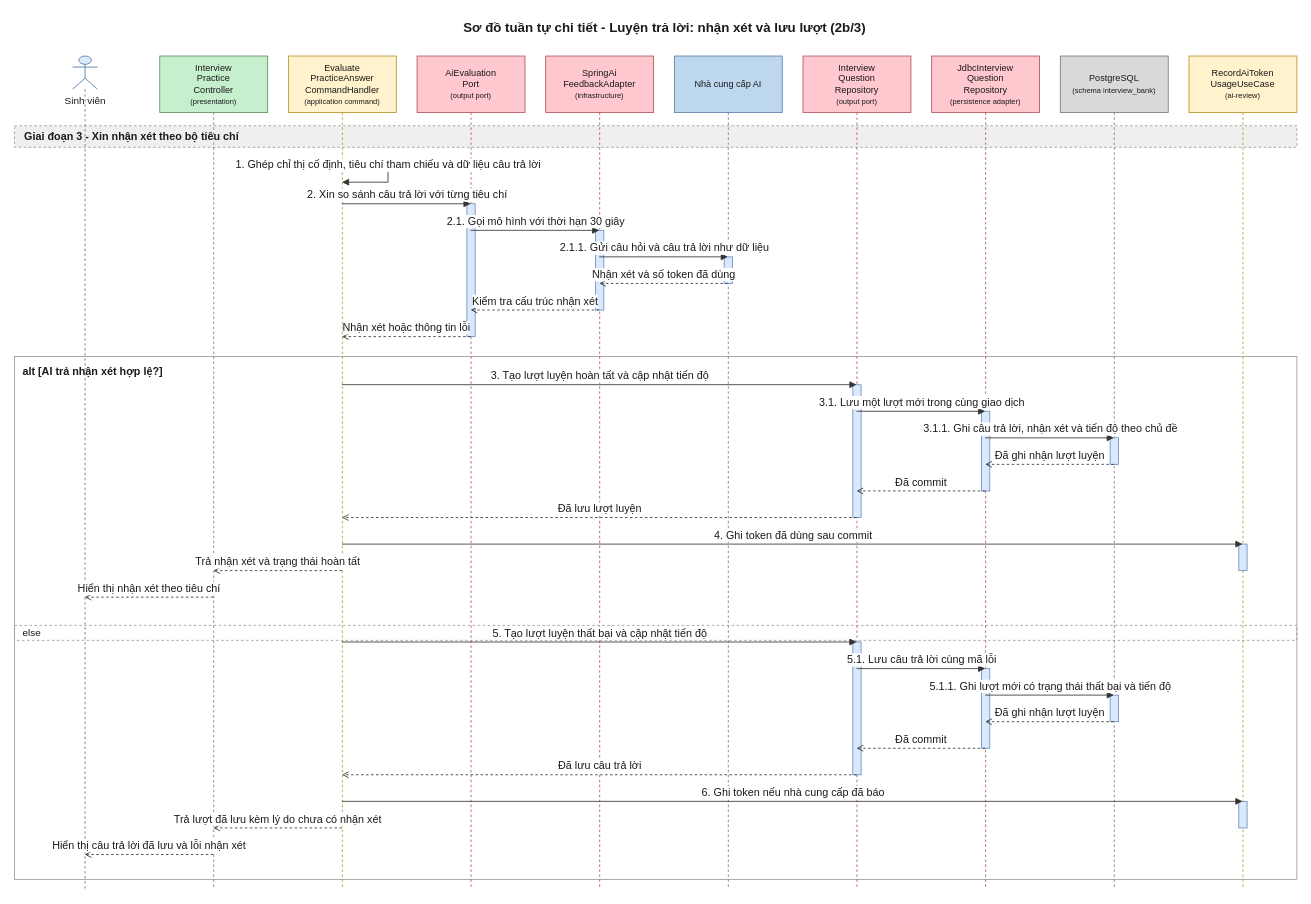
daiphu1801/PRJ_ALGOPREP keeps this draw.io diagram as 08-diagram/sequence/user/sequence_user_on_tap_luyen_tap_ai_p2b.drawio. Above is the earlier version. Source tidied: cells renumbered, new cells numbered last; positions are measured from the earlier drawing's top-left corner, leaving out a move shared by most shapes. Both pictures are drawn from the tidied source at 83%, with x=0, y=0 at pixel (14, 14).
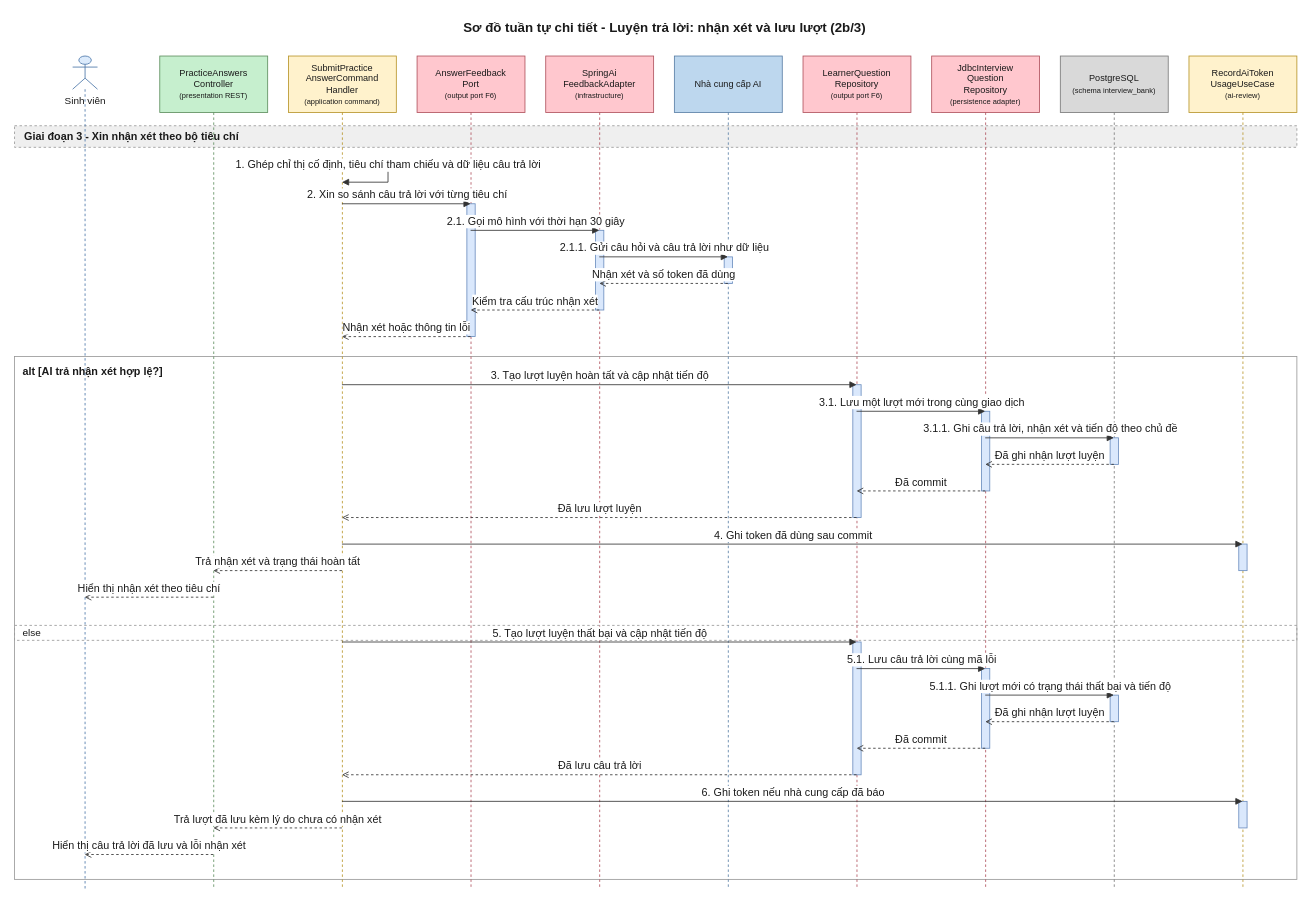
Above is the later version.

What changed in the source:
```diff
@@
-    <mxCell id="7" value="Interview&lt;br&gt;Practice&lt;br&gt;Controller&lt;br&gt;&lt;font style=&quot;font-size:9px&quot;&gt;(presentation)&lt;/font&gt;" style="shape=umlLifeline;perimeter=lifelinePerimeter;whiteSpace=wrap;html=1;outlineConnect=0;size=68;fontSize=11;fillColor=#C6EFCE;strokeColor=#5E8E5E;fontColor=#1A1A1A;" parent="1" vertex="1">
+    <mxCell id="7" value="PracticeAnswers&lt;br&gt;Controller&lt;br&gt;&lt;font style=&quot;font-size:9px&quot;&gt;(presentation REST)&lt;/font&gt;" style="shape=umlLifeline;perimeter=lifelinePerimeter;whiteSpace=wrap;html=1;outlineConnect=0;size=68;fontSize=11;fillColor=#C6EFCE;strokeColor=#5E8E5E;fontColor=#1A1A1A;" parent="1" vertex="1">
       <mxGeometry x="175" y="50" width="130" height="1004" as="geometry" />
     </mxCell>
-    <mxCell id="8" value="Evaluate&lt;br&gt;PracticeAnswer&lt;br&gt;CommandHandler&lt;br&gt;&lt;font style=&quot;font-size:9px&quot;&gt;(application command)&lt;/font&gt;" style="shape=umlLifeline;perimeter=lifelinePerimeter;whiteSpace=wrap;html=1;outlineConnect=0;size=68;fontSize=11;fillColor=#FFF2CC;strokeColor=#B8952A;fontColor=#1A1A1A;" parent="1" vertex="1">
+    <mxCell id="8" value="SubmitPractice&lt;br&gt;AnswerCommand&lt;br&gt;Handler&lt;br&gt;&lt;font style=&quot;font-size:9px&quot;&gt;(application command)&lt;/font&gt;" style="shape=umlLifeline;perimeter=lifelinePerimeter;whiteSpace=wrap;html=1;outlineConnect=0;size=68;fontSize=11;fillColor=#FFF2CC;strokeColor=#B8952A;fontColor=#1A1A1A;" parent="1" vertex="1">
       <mxGeometry x="330" y="50" width="130" height="1004" as="geometry" />
     </mxCell>
-    <mxCell id="9" value="AiEvaluation&lt;br&gt;Port&lt;br&gt;&lt;font style=&quot;font-size:9px&quot;&gt;(output port)&lt;/font&gt;" style="shape=umlLifeline;perimeter=lifelinePerimeter;whiteSpace=wrap;html=1;outlineConnect=0;size=68;fontSize=11;fillColor=#FFC7CE;strokeColor=#B0525E;fontColor=#1A1A1A;" parent="1" vertex="1">
+    <mxCell id="9" value="AnswerFeedback&lt;br&gt;Port&lt;br&gt;&lt;font style=&quot;font-size:9px&quot;&gt;(output port F6)&lt;/font&gt;" style="shape=umlLifeline;perimeter=lifelinePerimeter;whiteSpace=wrap;html=1;outlineConnect=0;size=68;fontSize=11;fillColor=#FFC7CE;strokeColor=#B0525E;fontColor=#1A1A1A;" parent="1" vertex="1">
       <mxGeometry x="485" y="50" width="130" height="1004" as="geometry" />
     </mxCell>
@@
-    <mxCell id="12" value="Interview&lt;br&gt;Question&lt;br&gt;Repository&lt;br&gt;&lt;font style=&quot;font-size:9px&quot;&gt;(output port)&lt;/font&gt;" style="shape=umlLifeline;perimeter=lifelinePerimeter;whiteSpace=wrap;html=1;outlineConnect=0;size=68;fontSize=11;fillColor=#FFC7CE;strokeColor=#B0525E;fontColor=#1A1A1A;" parent="1" vertex="1">
+    <mxCell id="12" value="LearnerQuestion&lt;br&gt;Repository&lt;br&gt;&lt;font style=&quot;font-size:9px&quot;&gt;(output port F6)&lt;/font&gt;" style="shape=umlLifeline;perimeter=lifelinePerimeter;whiteSpace=wrap;html=1;outlineConnect=0;size=68;fontSize=11;fillColor=#FFC7CE;strokeColor=#B0525E;fontColor=#1A1A1A;" parent="1" vertex="1">
       <mxGeometry x="950" y="50" width="130" height="1004" as="geometry" />
     </mxCell>
```
